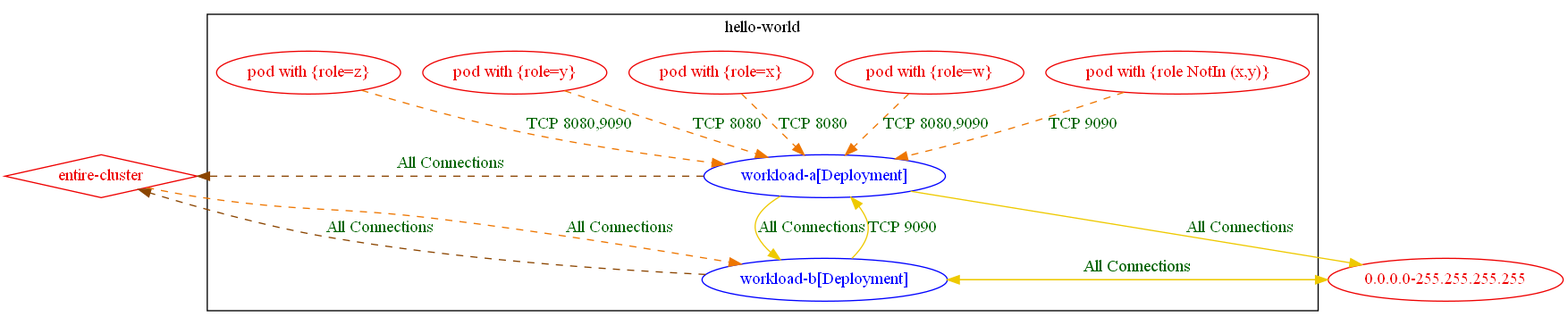
np-guard/netpol-analyzer keeps this Graphviz diagram as test_outputs/connlist/exposure_test_exposure_with_different_rules_5_connlist_output.dot.png. Above is the earlier version. Its source is kept beside it as test_outputs/connlist/exposure_test_exposure_with_different_rules_5_connlist_output.dot.
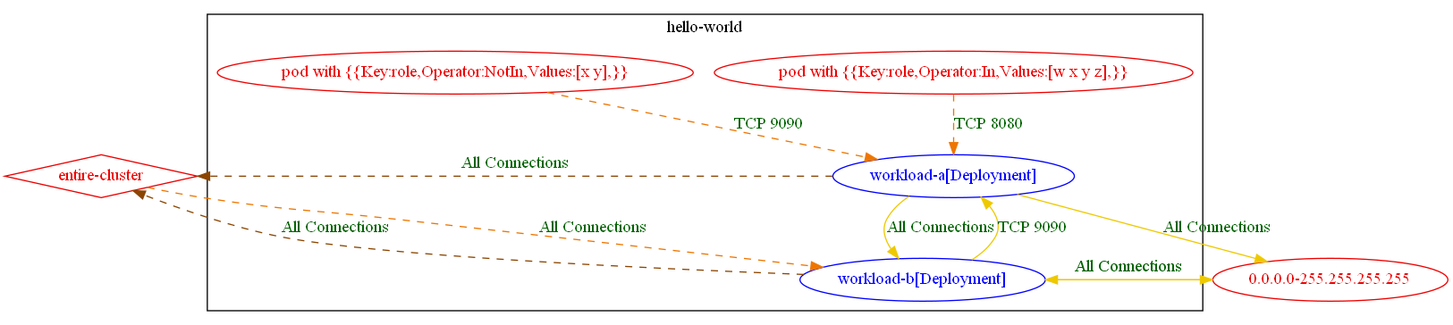
The same diagram one commit later.

What changed in the source:
```diff
@@ -4,11 +4,8 @@
 		fontcolor="black"
 		"hello-world/workload-a[Deployment]" [label="workload-a[Deployment]" color="blue" fontcolor="blue"]
 		"hello-world/workload-b[Deployment]" [label="workload-b[Deployment]" color="blue" fontcolor="blue"]
-		"pod with {role NotIn (x,y)}_in_hello-world" [label="pod with {role NotIn (x,y)}" color="red2" fontcolor="red2"]
-		"pod with {role=w}_in_hello-world" [label="pod with {role=w}" color="red2" fontcolor="red2"]
-		"pod with {role=x}_in_hello-world" [label="pod with {role=x}" color="red2" fontcolor="red2"]
-		"pod with {role=y}_in_hello-world" [label="pod with {role=y}" color="red2" fontcolor="red2"]
-		"pod with {role=z}_in_hello-world" [label="pod with {role=z}" color="red2" fontcolor="red2"]
+		"pod with {{Key:role,Operator:In,Values:[w x y z],}}_in_hello-world" [label="pod with {{Key:role,Operator:In,Values:[w x y z],}}" color="red2" fontcolor="red2"]
+		"pod with {{Key:role,Operator:NotIn,Values:[x y],}}_in_hello-world" [label="pod with {{Key:role,Operator:NotIn,Values:[x y],}}" color="red2" fontcolor="red2"]
 		label="hello-world"
 	}
 	"0.0.0.0-255.255.255.255" [label="0.0.0.0-255.255.255.255" color="red2" fontcolor="red2"]
@@ -21,9 +18,6 @@
 	"hello-world/workload-b[Deployment]" -> "0.0.0.0-255.255.255.255" [label="All Connections" color="gold2" fontcolor="darkgreen"]
 	"hello-world/workload-b[Deployment]" -> "entire-cluster" [label="All Connections" color="darkorange4" fontcolor="darkgreen" weight=0.5 style=dashed]
 	"hello-world/workload-b[Deployment]" -> "hello-world/workload-a[Deployment]" [label="TCP 9090" color="gold2" fontcolor="darkgreen"]
-	"pod with {role NotIn (x,y)}_in_hello-world" -> "hello-world/workload-a[Deployment]" [label="TCP 9090" color="darkorange2" fontcolor="darkgreen" weight=1 style=dashed]
-	"pod with {role=w}_in_hello-world" -> "hello-world/workload-a[Deployment]" [label="TCP 8080,9090" color="darkorange2" fontcolor="darkgreen" weight=1 style=dashed]
-	"pod with {role=x}_in_hello-world" -> "hello-world/workload-a[Deployment]" [label="TCP 8080" color="darkorange2" fontcolor="darkgreen" weight=1 style=dashed]
-	"pod with {role=y}_in_hello-world" -> "hello-world/workload-a[Deployment]" [label="TCP 8080" color="darkorange2" fontcolor="darkgreen" weight=1 style=dashed]
-	"pod with {role=z}_in_hello-world" -> "hello-world/workload-a[Deployment]" [label="TCP 8080,9090" color="darkorange2" fontcolor="darkgreen" weight=1 style=dashed]
+	"pod with {{Key:role,Operator:In,Values:[w x y z],}}_in_hello-world" -> "hello-world/workload-a[Deployment]" [label="TCP 8080" color="darkorange2" fontcolor="darkgreen" weight=1 style=dashed]
+	"pod with {{Key:role,Operator:NotIn,Values:[x y],}}_in_hello-world" -> "hello-world/workload-a[Deployment]" [label="TCP 9090" color="darkorange2" fontcolor="darkgreen" weight=1 style=dashed]
 }
```
